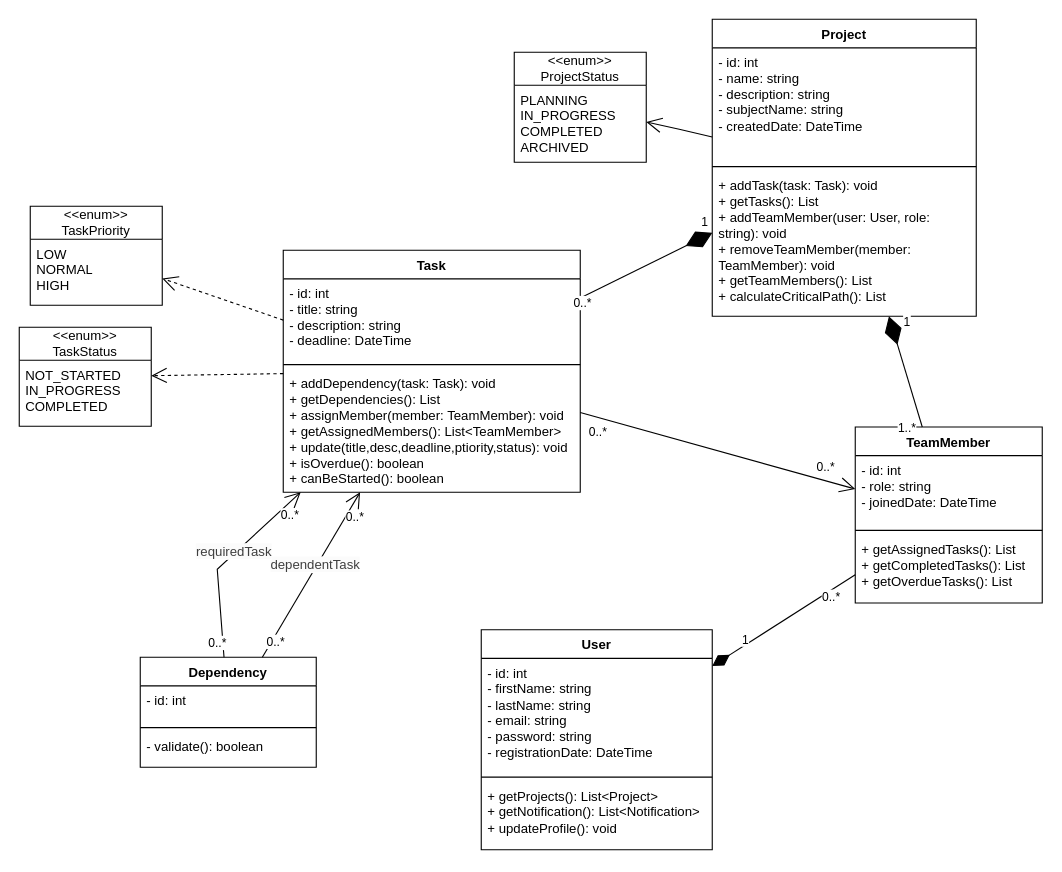
Before: diagrams/class-diagramm.drawio in Educational-Projects-Se2my00of5/osnovyprymoyrazrabotki, a draw.io diagram. Source tidied: cells renumbered, new cells numbered last; positions are measured from the earlier drawing's top-left corner, leaving out a move shared by most shapes. Both pictures are drawn from the tidied source at 110%, with x=0, y=0 at pixel (19, 19).
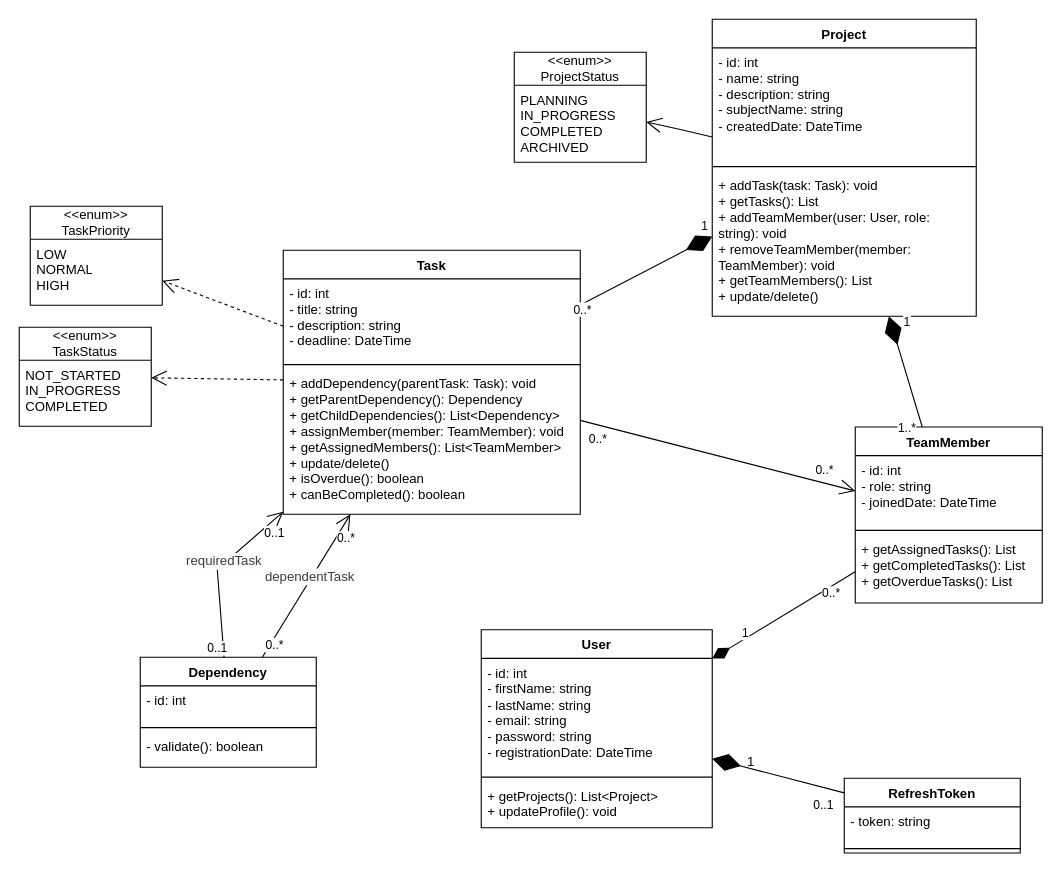
The same page after the edit.

The change refers to these unchanged cells:
```xml
<mxCell id="2" value="Project" style="swimlane;fontStyle=1;align=center;verticalAlign=top;horizontal=1;startSize=26;whiteSpace=wrap;html=1;" parent="1" vertex="1">
  <mxGeometry x="630" width="240" height="270" as="geometry" />
</mxCell>
<mxCell id="44" style="endArrow=open;endFill=1;endSize=12;html=1;rounded=0;curved=0;" parent="1" edge="1" source="14" target="6">
  <mxGeometry relative="1" as="geometry">
    <Array as="points">
      <mxPoint x="180" y="500" />
    </Array>
  </mxGeometry>
</mxCell>
```

The edit, as a diff of the source:
```diff
@@
-    <mxCell id="5" value="+ addTask(task: Task): void&lt;br&gt;+ getTasks(): List&lt;br&gt;+ addTeamMember(user: User, role: string): void&lt;br&gt;+ removeTeamMember(member: TeamMember): void&lt;br&gt;+ getTeamMembers(): List&lt;br&gt;+ calculateCriticalPath(): List" style="text;strokeColor=none;fillColor=none;align=left;verticalAlign=top;spacingLeft=4;spacingRight=4;overflow=hidden;whiteSpace=wrap;html=1;" parent="2" vertex="1">
+    <mxCell id="5" value="+ addTask(task: Task): void&lt;br&gt;+ getTasks(): List&lt;br&gt;+ addTeamMember(user: User, role: string): void&lt;br&gt;+ removeTeamMember(member: TeamMember): void&lt;br&gt;+ getTeamMembers(): List&lt;div&gt;+ update/delete()&lt;/div&gt;" style="text;strokeColor=none;fillColor=none;align=left;verticalAlign=top;spacingLeft=4;spacingRight=4;overflow=hidden;whiteSpace=wrap;html=1;" parent="2" vertex="1">
       <mxGeometry y="138" width="240" height="132" as="geometry" />
     </mxCell>
     <mxCell id="6" value="Task" style="swimlane;fontStyle=1;align=center;verticalAlign=top;horizontal=1;startSize=26;whiteSpace=wrap;html=1;" parent="1" vertex="1">
-      <mxGeometry x="240" y="210" width="270" height="220" as="geometry" />
+      <mxGeometry x="240" y="210" width="270" height="240" as="geometry" />
     </mxCell>
@@
-    <mxCell id="9" value="+ addDependency(task: Task): void&lt;br&gt;+ getDependencies(): List&lt;br&gt;+ assignMember(member: TeamMember): void&lt;br&gt;+ getAssignedMembers(): List&amp;lt;&lt;span style=&quot;color: rgb(0, 0, 0);&quot;&gt;TeamMember&lt;/span&gt;&amp;gt;&lt;br&gt;+ update(title,desc,deadline,ptiority,status): void&lt;br&gt;+ isOverdue(): boolean&lt;br&gt;+ canBeStarted(): boolean" style="text;strokeColor=none;fillColor=none;align=left;verticalAlign=top;spacingLeft=4;spacingRight=4;overflow=hidden;whiteSpace=wrap;html=1;" parent="6" vertex="1">
-      <mxGeometry y="108" width="270" height="112" as="geometry" />
+    <mxCell id="9" value="+ addDependency(parentTask: Task): void&lt;br&gt;+ getParentDependency(): Dependency&lt;div&gt;&lt;span style=&quot;color: rgb(0, 0, 0);&quot;&gt;+ getChildDependencies(): List&amp;lt;Dependency&amp;gt;&lt;/span&gt;&lt;font color=&quot;#000000&quot;&gt;&lt;br&gt;&lt;/font&gt;+ assignMember(member: TeamMember): void&lt;br&gt;+ getAssignedMembers(): List&amp;lt;&lt;span style=&quot;color: rgb(0, 0, 0);&quot;&gt;TeamMember&lt;/span&gt;&amp;gt;&lt;br&gt;+ update/delete()&lt;br&gt;+ isOverdue(): boolean&lt;br&gt;+ canBeCompleted(): boolean&lt;/div&gt;" style="text;strokeColor=none;fillColor=none;align=left;verticalAlign=top;spacingLeft=4;spacingRight=4;overflow=hidden;whiteSpace=wrap;html=1;" parent="6" vertex="1">
+      <mxGeometry y="108" width="270" height="132" as="geometry" />
     </mxCell>
@@
     <mxCell id="24" value="User" style="swimlane;fontStyle=1;align=center;verticalAlign=top;horizontal=1;startSize=26;whiteSpace=wrap;html=1;" parent="1" vertex="1">
-      <mxGeometry x="420" y="555" width="210" height="200" as="geometry" />
+      <mxGeometry x="420" y="555" width="210" height="180" as="geometry" />
     </mxCell>
@@
-    <mxCell id="27" value="&lt;div&gt;+ getProjects(): List&amp;lt;Project&amp;gt;&lt;/div&gt;&lt;div&gt;+ getNotification(): List&amp;lt;Notification&amp;gt;&lt;/div&gt;&lt;div&gt;+ updateProfile(): void&lt;/div&gt;" style="text;strokeColor=none;fillColor=none;align=left;verticalAlign=top;spacingLeft=4;spacingRight=4;overflow=hidden;whiteSpace=wrap;html=1;" parent="24" vertex="1">
-      <mxGeometry y="138" width="210" height="62" as="geometry" />
+    <mxCell id="27" value="&lt;div&gt;+ getProjects(): List&amp;lt;Project&amp;gt;&lt;/div&gt;&lt;div&gt;+ updateProfile(): void&lt;/div&gt;" style="text;strokeColor=none;fillColor=none;align=left;verticalAlign=top;spacingLeft=4;spacingRight=4;overflow=hidden;whiteSpace=wrap;html=1;" parent="24" vertex="1">
+      <mxGeometry y="138" width="210" height="42" as="geometry" />
     </mxCell>
@@
-    <mxCell id="45" value="&lt;span style=&quot;color: rgb(0, 0, 0);&quot;&gt;0..*&lt;/span&gt;" style="edgeLabel;html=1;align=center;verticalAlign=middle;" parent="44" vertex="1">
+    <mxCell id="45" value="&lt;span style=&quot;color: rgb(0, 0, 0);&quot;&gt;0..1&lt;/span&gt;" style="edgeLabel;html=1;align=center;verticalAlign=middle;" parent="44" vertex="1">
       <mxGeometry x="-0.62" y="1" relative="1" as="geometry">
         <mxPoint x="-3" y="21" as="offset" />
       </mxGeometry>
     </mxCell>
-    <mxCell id="46" value="&lt;span style=&quot;color: rgb(0, 0, 0);&quot;&gt;0..*&lt;/span&gt;" style="edgeLabel;html=1;align=center;verticalAlign=middle;" parent="44" vertex="1">
+    <mxCell id="46" value="&lt;span style=&quot;color: rgb(0, 0, 0);&quot;&gt;0..1&lt;/span&gt;" style="edgeLabel;html=1;align=center;verticalAlign=middle;" parent="44" vertex="1">
       <mxGeometry x="0.81" y="-1" relative="1" as="geometry">
         <mxPoint x="2" y="8" as="offset" />
       </mxGeometry>
     </mxCell>
@@
+    <mxCell id="51" value="RefreshToken" style="swimlane;fontStyle=1;align=center;verticalAlign=top;horizontal=1;startSize=26;whiteSpace=wrap;html=1;" parent="1" vertex="1">
+      <mxGeometry x="750" y="690" width="160" height="68" as="geometry" />
+    </mxCell>
+    <mxCell id="52" value="- token: string" style="text;strokeColor=none;fillColor=none;align=left;verticalAlign=top;spacingLeft=4;spacingRight=4;overflow=hidden;whiteSpace=wrap;html=1;" parent="51" vertex="1">
+      <mxGeometry y="26" width="160" height="34" as="geometry" />
+    </mxCell>
+    <mxCell id="53" style="line;strokeWidth=1;fillColor=none;align=left;verticalAlign=middle;spacingTop=-1;spacingLeft=3;spacingRight=3;labelPosition=right;strokeColor=inherit;" parent="51" vertex="1">
+      <mxGeometry y="60" width="160" height="8" as="geometry" />
+    </mxCell>
+    <mxCell id="54" style="endArrow=diamondThin;endFill=1;endSize=24;html=1;" parent="1" edge="1" source="51" target="24">
+      <mxGeometry relative="1" as="geometry" />
+    </mxCell>
+    <mxCell id="55" value="0..1" style="edgeLabel;html=1;align=center;verticalAlign=middle;" parent="54" vertex="1">
+      <mxGeometry x="-0.66" y="-2" relative="1" as="geometry">
+        <mxPoint y="17" as="offset" />
+      </mxGeometry>
+    </mxCell>
+    <mxCell id="56" value="1" style="text;html=1;align=center;verticalAlign=middle;strokeColor=none;fillColor=none;" parent="1" vertex="1">
+      <mxGeometry x="650" y="660" width="30" height="30" as="geometry" />
+    </mxCell>
```
